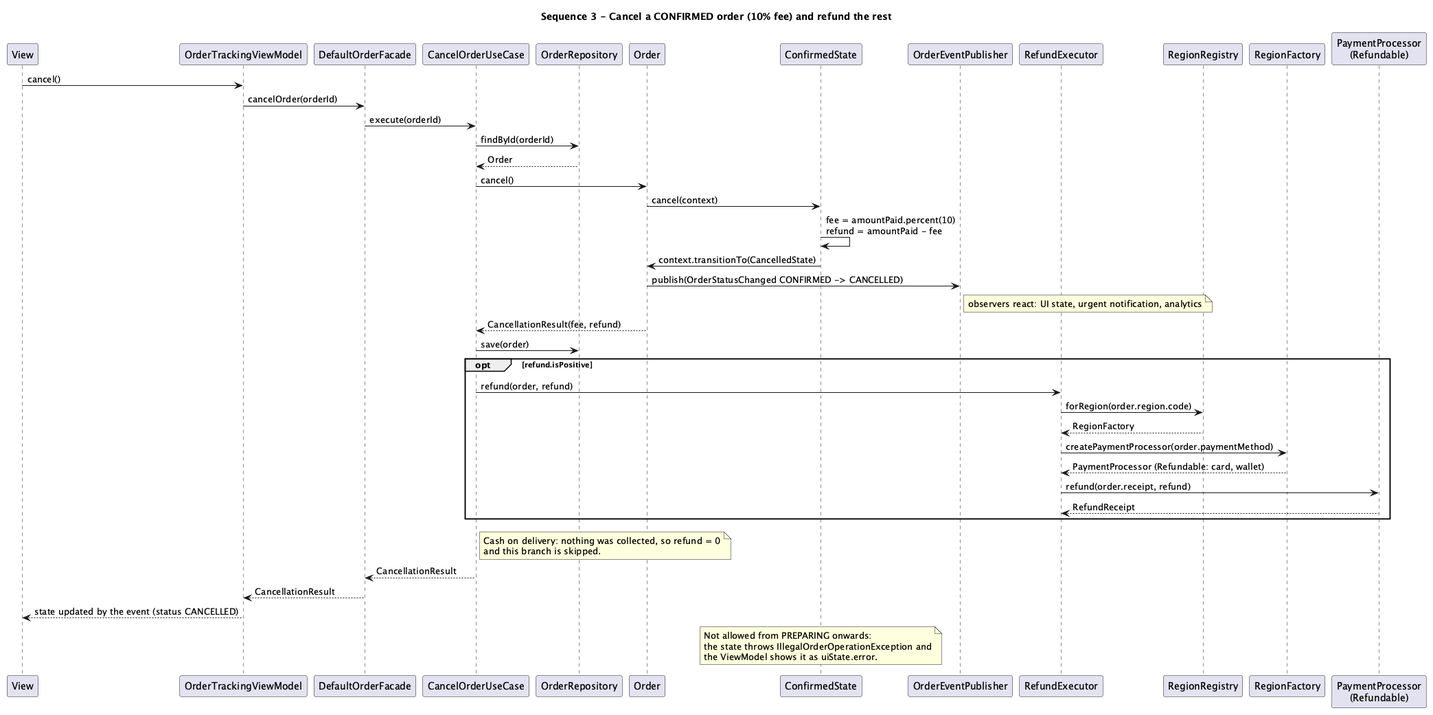
The PlantUML diagram docs/uml/img/14-sequence-cancel-with-fee.png in HungDangQuang/android-food-hub, before a commit. Source of this version:
```plantuml
@startuml 14-sequence-cancel-with-fee
title Sequence 3 - Cancel a CONFIRMED order (10% fee) and refund the rest
skinparam shadowing false
skinparam sequenceMessageAlign left

participant "View" as View
participant "OrderTrackingViewModel" as VM
participant "DefaultOrderFacade" as Facade
participant "CancelOrderUseCase" as UseCase
participant "OrderRepository" as Repo
participant "Order" as Order
participant "ConfirmedState" as State
participant "OrderEventPublisher" as Publisher
participant "RefundExecutor" as Refunds
participant "RegionRegistry" as Registry
participant "RegionFactory" as Factory
participant "PaymentProcessor\n(Refundable)" as Processor

View -> VM : cancel()
VM -> Facade : cancelOrder(orderId)
Facade -> UseCase : execute(orderId)
UseCase -> Repo : findById(orderId)
Repo --> UseCase : Order
UseCase -> Order : cancel()
Order -> State : cancel(context)
State -> State : fee = amountPaid.percent(10)\nrefund = amountPaid - fee
State -> Order : context.transitionTo(CancelledState)
Order -> Publisher : publish(OrderStatusChanged CONFIRMED -> CANCELLED)
note right of Publisher : observers react: UI state, urgent notification, analytics
Order --> UseCase : CancellationResult(fee, refund)
UseCase -> Repo : save(order)

opt refund.isPositive
  UseCase -> Refunds : refund(order, refund)
  Refunds -> Registry : forRegion(order.region.code)
  Registry --> Refunds : RegionFactory
  Refunds -> Factory : createPaymentProcessor(order.paymentMethod)
  Factory --> Refunds : PaymentProcessor (Refundable: card, wallet)
  Refunds -> Processor : refund(order.receipt, refund)
  Processor --> Refunds : RefundReceipt
end
note right of UseCase
  Cash on delivery: nothing was collected, so refund = 0
  and this branch is skipped.
end note

UseCase --> Facade : CancellationResult
Facade --> VM : CancellationResult
VM --> View : state updated by the event (status CANCELLED)
note over State
  Not allowed from PREPARING onwards:
  the state throws IllegalOrderOperationException and
  the ViewModel shows it as uiState.error.
end note
@enduml
```
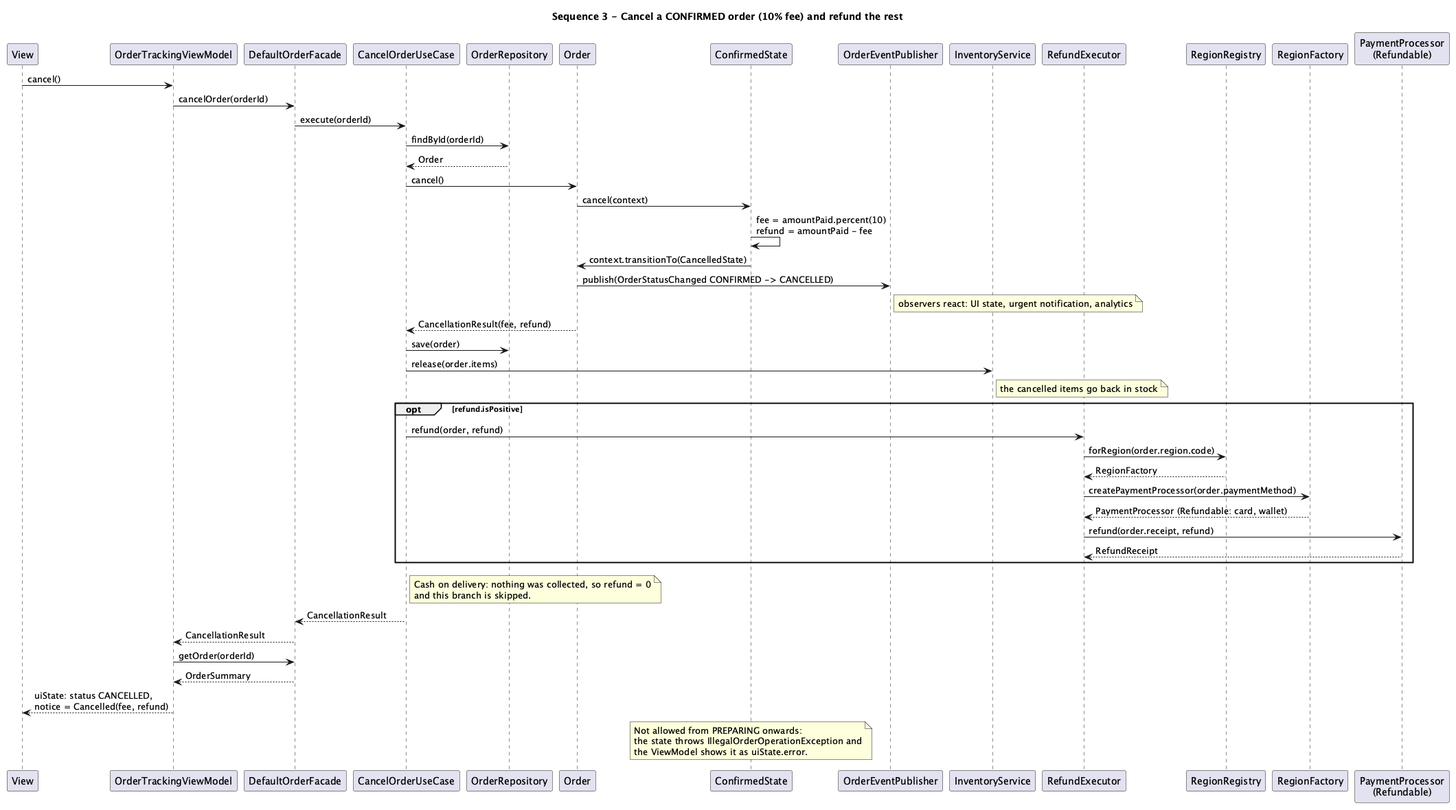
After the commit.

Diff of the diagram source:
```diff
@@ -11,6 +11,7 @@
 participant "Order" as Order
 participant "ConfirmedState" as State
 participant "OrderEventPublisher" as Publisher
+participant "InventoryService" as Inventory
 participant "RefundExecutor" as Refunds
 participant "RegionRegistry" as Registry
 participant "RegionFactory" as Factory
@@ -29,6 +30,8 @@
 note right of Publisher : observers react: UI state, urgent notification, analytics
 Order --> UseCase : CancellationResult(fee, refund)
 UseCase -> Repo : save(order)
+UseCase -> Inventory : release(order.items)
+note right of Inventory : the cancelled items go back in stock
 
 opt refund.isPositive
   UseCase -> Refunds : refund(order, refund)
@@ -46,7 +49,9 @@
 
 UseCase --> Facade : CancellationResult
 Facade --> VM : CancellationResult
-VM --> View : state updated by the event (status CANCELLED)
+VM -> Facade : getOrder(orderId)
+Facade --> VM : OrderSummary
+VM --> View : uiState: status CANCELLED,\nnotice = Cancelled(fee, refund)
 note over State
   Not allowed from PREPARING onwards:
   the state throws IllegalOrderOperationException and
```
